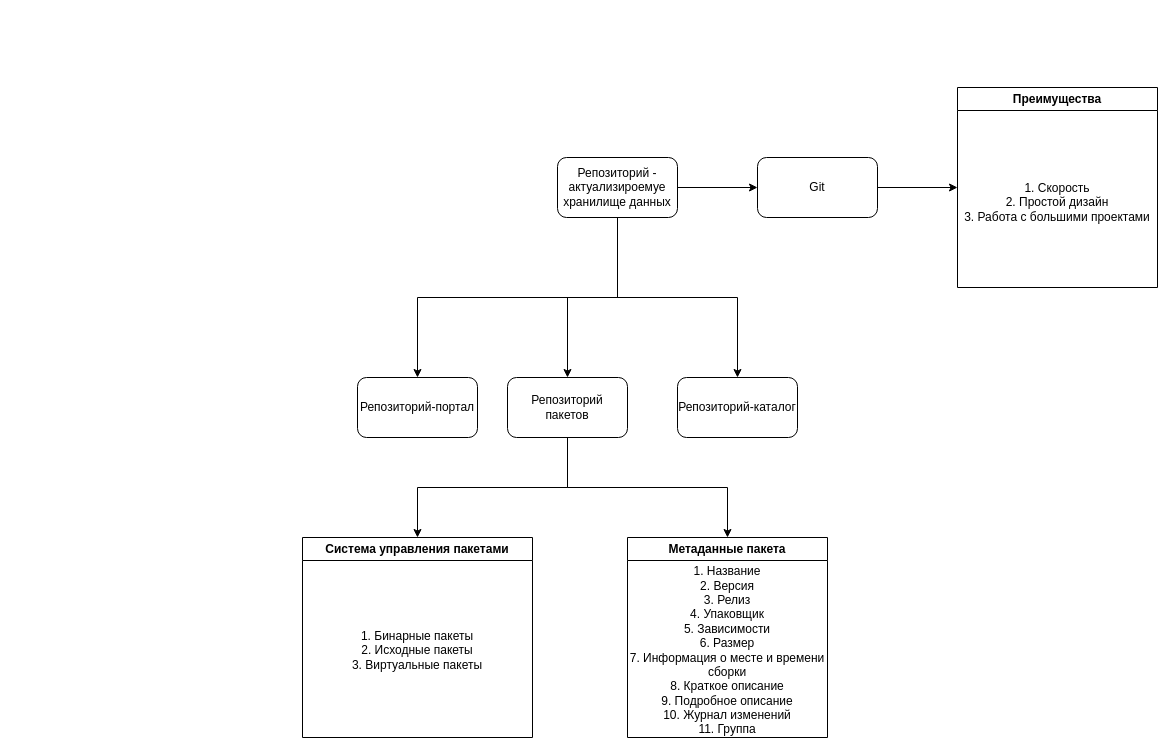
Earlier version of the draw.io diagram Репозиторий_Конспект.drawio (Grigosty/diagrammsForStudy). Source tidied: cells renumbered, new cells numbered last; positions are measured from the earlier drawing's top-left corner, leaving out a move shared by most shapes. Both pictures are drawn from the tidied source at 100%, with x=0, y=0 at pixel (302, 87).
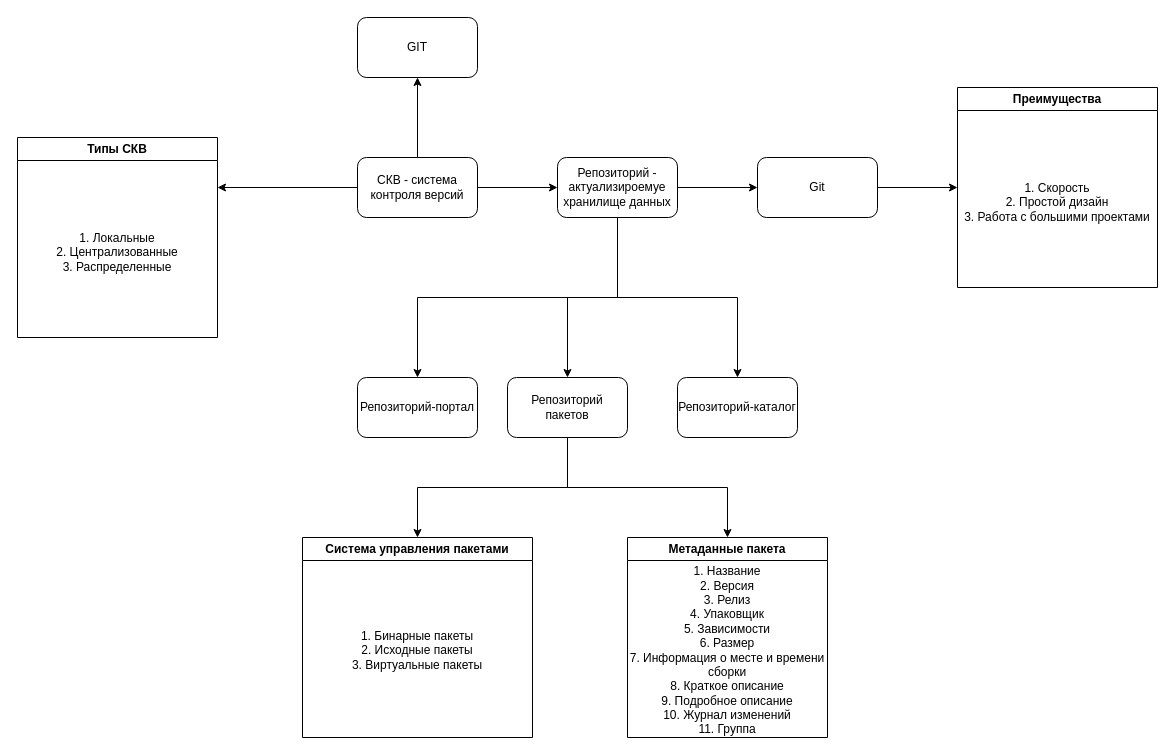
The same page after the edit.

The change refers to these unchanged cells:
```xml
<mxCell id="6" value="Репозиторий - актуализироемуе хранилище данных" style="rounded=1;whiteSpace=wrap;html=1;" parent="1" vertex="1">
  <mxGeometry x="255" y="70" width="120" height="60" as="geometry" />
</mxCell>
```

Change to the diagram source:
```diff
@@
+    <mxCell id="20" style="edgeStyle=orthogonalEdgeStyle;rounded=0;jettySize=auto;html=1;" parent="1" edge="1" source="23" target="6">
+      <mxGeometry relative="1" as="geometry" />
+    </mxCell>
@@
+    <mxCell id="21" style="edgeStyle=orthogonalEdgeStyle;rounded=0;jettySize=auto;html=1;exitX=0;exitY=0.5;exitDx=0;exitDy=0;entryX=1;entryY=0.25;entryDx=0;entryDy=0;" parent="1" edge="1" source="23" target="24">
+      <mxGeometry relative="1" as="geometry" />
+    </mxCell>
+    <mxCell id="22" style="edgeStyle=orthogonalEdgeStyle;rounded=0;jettySize=auto;html=1;" parent="1" edge="1" source="23" target="26">
+      <mxGeometry relative="1" as="geometry" />
+    </mxCell>
+    <mxCell id="23" value="СКВ - система контроля версий" style="rounded=1;whiteSpace=wrap;html=1;" parent="1" vertex="1">
+      <mxGeometry x="55" y="70" width="120" height="60" as="geometry" />
+    </mxCell>
+    <mxCell id="24" value="Типы СКВ" style="swimlane;whiteSpace=wrap;html=1;" parent="1" vertex="1">
+      <mxGeometry x="-285" y="50" width="200" height="200" as="geometry" />
+    </mxCell>
+    <mxCell id="25" value="1. Локальные&lt;div&gt;2. Централизованные&lt;/div&gt;&lt;div&gt;3. Распределенные&lt;/div&gt;" style="text;html=1;align=center;verticalAlign=middle;whiteSpace=wrap;rounded=0;" parent="24" vertex="1">
+      <mxGeometry y="30" width="200" height="170" as="geometry" />
+    </mxCell>
+    <mxCell id="26" value="GIT" style="rounded=1;whiteSpace=wrap;html=1;" parent="1" vertex="1">
+      <mxGeometry x="55" y="-70" width="120" height="60" as="geometry" />
+    </mxCell>
```
